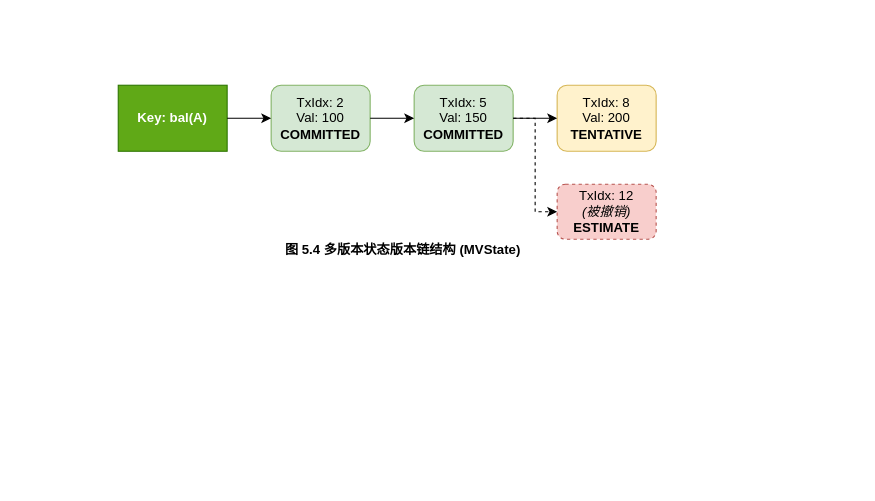
Earlier version of the draw.io diagram page "5.4 MVState结构" (3 of 6) of 4-x.drawio (cynic-1/Graphs). Source tidied: cells renumbered, new cells numbered last; positions are measured from the earlier drawing's top-left corner, leaving out a move shared by most shapes. Both pictures are drawn from the tidied source at 110%, with x=0, y=0 at pixel (118, 85).
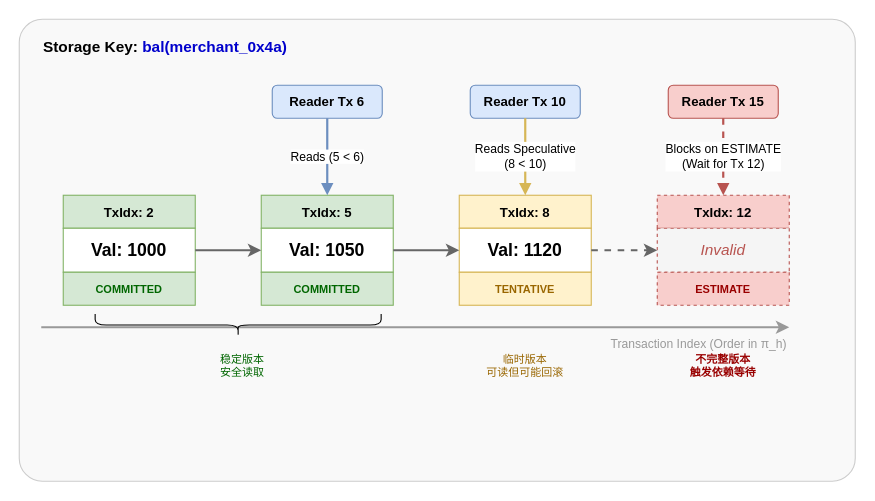
Above is the later version.

Diff of the diagram source:
```diff
@@
-    <mxCell id="2" value="图 5.4 多版本状态版本链结构 (MVState)" style="text;html=1;strokeColor=none;fillColor=none;align=center;verticalAlign=middle;whiteSpace=wrap;rounded=0;fontSize=12;fontStyle=1;" parent="1" vertex="1">
-      <mxGeometry x="19" y="140" width="480" height="20" as="geometry" />
-    </mxCell>
-    <mxCell id="3" value="Key: bal(A)" style="rounded=0;whiteSpace=wrap;html=1;fillColor=#60a917;fontColor=#ffffff;strokeColor=#2D7600;fontStyle=1;" parent="1" vertex="1">
-      <mxGeometry width="99" height="60" as="geometry" />
-    </mxCell>
-    <mxCell id="4" value="TxIdx: 2&lt;br&gt;Val: 100&lt;br&gt;&lt;b&gt;COMMITTED&lt;/b&gt;" style="rounded=1;whiteSpace=wrap;html=1;fillColor=#d5e8d4;strokeColor=#82b366;" parent="1" vertex="1">
-      <mxGeometry x="139" width="90" height="60" as="geometry" />
-    </mxCell>
-    <mxCell id="5" value="TxIdx: 5&lt;br&gt;Val: 150&lt;br&gt;&lt;b&gt;COMMITTED&lt;/b&gt;" style="rounded=1;whiteSpace=wrap;html=1;fillColor=#d5e8d4;strokeColor=#82b366;" parent="1" vertex="1">
-      <mxGeometry x="269" width="90" height="60" as="geometry" />
-    </mxCell>
-    <mxCell id="6" value="TxIdx: 8&lt;br&gt;Val: 200&lt;br&gt;&lt;b&gt;TENTATIVE&lt;/b&gt;" style="rounded=1;whiteSpace=wrap;html=1;fillColor=#fff2cc;strokeColor=#d6b656;" parent="1" vertex="1">
-      <mxGeometry x="399" width="90" height="60" as="geometry" />
-    </mxCell>
-    <mxCell id="7" value="TxIdx: 12&lt;br&gt;&lt;i&gt;(被撤销)&lt;/i&gt;&lt;br&gt;&lt;b&gt;ESTIMATE&lt;/b&gt;" style="rounded=1;whiteSpace=wrap;html=1;fillColor=#f8cecc;strokeColor=#b85450;dashed=1;" parent="1" vertex="1">
-      <mxGeometry x="399" y="90" width="90" height="50" as="geometry" />
-    </mxCell>
-    <mxCell id="8" style="edgeStyle=orthogonalEdgeStyle;rounded=0;jettySize=auto;html=1;" parent="1" edge="1" source="3" target="4">
-      <mxGeometry relative="1" as="geometry" />
-    </mxCell>
-    <mxCell id="9" style="edgeStyle=orthogonalEdgeStyle;rounded=0;jettySize=auto;html=1;" parent="1" edge="1" source="4" target="5">
-      <mxGeometry relative="1" as="geometry" />
-    </mxCell>
-    <mxCell id="10" style="edgeStyle=orthogonalEdgeStyle;rounded=0;jettySize=auto;html=1;" parent="1" edge="1" source="5" target="6">
-      <mxGeometry relative="1" as="geometry" />
-    </mxCell>
-    <mxCell id="11" style="edgeStyle=orthogonalEdgeStyle;rounded=0;jettySize=auto;html=1;dashed=1;entryX=0;entryY=0.5;entryDx=0;entryDy=0;" parent="1" edge="1" source="5" target="7">
-      <mxGeometry relative="1" as="geometry">
-        <Array as="points">
-          <mxPoint x="379" y="30" />
-          <mxPoint x="379" y="115" />
-        </Array>
-      </mxGeometry>
-    </mxCell>
+    <mxCell id="12" style="rounded=1;whiteSpace=wrap;html=1;fillColor=#f9f9f9;strokeColor=#cccccc;arcSize=5;" parent="1" vertex="1">
+      <mxGeometry x="-90" y="-60" width="760" height="420" as="geometry" />
+    </mxCell>
+    <mxCell id="13" value="Storage Key: &lt;font color=&quot;#0000cc&quot;&gt;bal(merchant_0x4a)&lt;/font&gt;" style="text;html=1;strokeColor=none;fillColor=none;align=left;verticalAlign=middle;whiteSpace=wrap;rounded=0;fontSize=14;fontStyle=1;" parent="1" vertex="1">
+      <mxGeometry x="-70" y="-50" width="300" height="30" as="geometry" />
+    </mxCell>
+    <mxCell id="14" style="endArrow=classic;html=1;strokeColor=#999999;strokeWidth=2;" parent="1" edge="1">
+      <mxGeometry relative="1" as="geometry">
+        <mxPoint x="-70" y="220" as="sourcePoint" />
+        <mxPoint x="610" y="220" as="targetPoint" />
+      </mxGeometry>
+    </mxCell>
+    <mxCell id="15" value="Transaction Index (Order in π_h)" style="text;html=1;strokeColor=none;fillColor=none;align=right;verticalAlign=middle;whiteSpace=wrap;rounded=0;fontColor=#999999;fontSize=11;" parent="1" vertex="1">
+      <mxGeometry x="410" y="225" width="200" height="20" as="geometry" />
+    </mxCell>
+    <mxCell id="16" style="group;" parent="1" vertex="1">
+      <mxGeometry x="-50" y="100" width="120" height="100" as="geometry" />
+    </mxCell>
+    <mxCell id="17" value="TxIdx: 2" style="rounded=0;whiteSpace=wrap;html=1;fillColor=#d5e8d4;strokeColor=#82b366;fontStyle=1;align=center;verticalAlign=bottom;spacingBottom=5;" parent="16" vertex="1">
+      <mxGeometry width="120" height="30" as="geometry" />
+    </mxCell>
+    <mxCell id="18" value="Val: 1000" style="rounded=0;whiteSpace=wrap;html=1;fillColor=#ffffff;strokeColor=#82b366;align=center;verticalAlign=middle;fontSize=16;fontStyle=1;" parent="16" vertex="1">
+      <mxGeometry y="30" width="120" height="40" as="geometry" />
+    </mxCell>
+    <mxCell id="19" value="COMMITTED" style="rounded=0;whiteSpace=wrap;html=1;fillColor=#d5e8d4;strokeColor=#82b366;fontStyle=1;fontSize=10;fontColor=#006600;" parent="16" vertex="1">
+      <mxGeometry y="70" width="120" height="30" as="geometry" />
+    </mxCell>
+    <mxCell id="20" style="group;" parent="1" vertex="1">
+      <mxGeometry x="130" y="100" width="120" height="100" as="geometry" />
+    </mxCell>
+    <mxCell id="21" value="TxIdx: 5" style="rounded=0;whiteSpace=wrap;html=1;fillColor=#d5e8d4;strokeColor=#82b366;fontStyle=1;align=center;verticalAlign=bottom;spacingBottom=5;" parent="20" vertex="1">
+      <mxGeometry width="120" height="30" as="geometry" />
+    </mxCell>
+    <mxCell id="22" value="Val: 1050" style="rounded=0;whiteSpace=wrap;html=1;fillColor=#ffffff;strokeColor=#82b366;align=center;verticalAlign=middle;fontSize=16;fontStyle=1;" parent="20" vertex="1">
+      <mxGeometry y="30" width="120" height="40" as="geometry" />
+    </mxCell>
+    <mxCell id="23" value="COMMITTED" style="rounded=0;whiteSpace=wrap;html=1;fillColor=#d5e8d4;strokeColor=#82b366;fontStyle=1;fontSize=10;fontColor=#006600;" parent="20" vertex="1">
+      <mxGeometry y="70" width="120" height="30" as="geometry" />
+    </mxCell>
+    <mxCell id="24" style="group;" parent="1" vertex="1">
+      <mxGeometry x="310" y="100" width="120" height="100" as="geometry" />
+    </mxCell>
+    <mxCell id="25" value="TxIdx: 8" style="rounded=0;whiteSpace=wrap;html=1;fillColor=#fff2cc;strokeColor=#d6b656;fontStyle=1;align=center;verticalAlign=bottom;spacingBottom=5;" parent="24" vertex="1">
+      <mxGeometry width="120" height="30" as="geometry" />
+    </mxCell>
+    <mxCell id="26" value="Val: 1120" style="rounded=0;whiteSpace=wrap;html=1;fillColor=#ffffff;strokeColor=#d6b656;align=center;verticalAlign=middle;fontSize=16;fontStyle=1;" parent="24" vertex="1">
+      <mxGeometry y="30" width="120" height="40" as="geometry" />
+    </mxCell>
+    <mxCell id="27" value="TENTATIVE" style="rounded=0;whiteSpace=wrap;html=1;fillColor=#fff2cc;strokeColor=#d6b656;fontStyle=1;fontSize=10;fontColor=#996600;" parent="24" vertex="1">
+      <mxGeometry y="70" width="120" height="30" as="geometry" />
+    </mxCell>
+    <mxCell id="28" style="group;" parent="1" vertex="1">
+      <mxGeometry x="490" y="100" width="120" height="100" as="geometry" />
+    </mxCell>
+    <mxCell id="29" value="TxIdx: 12" style="rounded=0;whiteSpace=wrap;html=1;fillColor=#f8cecc;strokeColor=#b85450;fontStyle=1;align=center;verticalAlign=bottom;spacingBottom=5;dashed=1;" parent="28" vertex="1">
+      <mxGeometry width="120" height="30" as="geometry" />
+    </mxCell>
+    <mxCell id="30" value="&lt;i&gt;Invalid&lt;/i&gt;" style="rounded=0;whiteSpace=wrap;html=1;fillColor=#f5f5f5;strokeColor=#b85450;align=center;verticalAlign=middle;fontSize=14;fontColor=#b85450;dashed=1;" parent="28" vertex="1">
+      <mxGeometry y="30" width="120" height="40" as="geometry" />
+    </mxCell>
+    <mxCell id="31" value="ESTIMATE" style="rounded=0;whiteSpace=wrap;html=1;fillColor=#f8cecc;strokeColor=#b85450;fontStyle=1;fontSize=10;fontColor=#990000;dashed=1;" parent="28" vertex="1">
+      <mxGeometry y="70" width="120" height="30" as="geometry" />
+    </mxCell>
+    <mxCell id="32" style="edgeStyle=orthogonalEdgeStyle;rounded=0;jettySize=auto;html=1;strokeWidth=2;strokeColor=#666666;" parent="1" edge="1" source="18" target="22">
+      <mxGeometry relative="1" as="geometry" />
+    </mxCell>
+    <mxCell id="33" style="edgeStyle=orthogonalEdgeStyle;rounded=0;jettySize=auto;html=1;strokeWidth=2;strokeColor=#666666;" parent="1" edge="1" source="22" target="26">
+      <mxGeometry relative="1" as="geometry" />
+    </mxCell>
+    <mxCell id="34" style="edgeStyle=orthogonalEdgeStyle;rounded=0;jettySize=auto;html=1;strokeWidth=2;strokeColor=#666666;dashed=1;" parent="1" edge="1" source="26" target="30">
+      <mxGeometry relative="1" as="geometry" />
+    </mxCell>
+    <mxCell id="35" value="Reader Tx 6" style="rounded=1;whiteSpace=wrap;html=1;fillColor=#dae8fc;strokeColor=#6c8ebf;fontStyle=1;" parent="1" vertex="1">
+      <mxGeometry x="140" width="100" height="30" as="geometry" />
+    </mxCell>
+    <mxCell id="36" value="Reads (5 &lt; 6)" style="edgeStyle=orthogonalEdgeStyle;html=1;endArrow=block;rounded=0;entryX=0.5;entryY=0;entryDx=0;entryDy=0;strokeColor=#6c8ebf;strokeWidth=2;" parent="1" edge="1" source="35" target="21">
+      <mxGeometry relative="1" as="geometry" />
+    </mxCell>
+    <mxCell id="37" value="Reader Tx 10" style="rounded=1;whiteSpace=wrap;html=1;fillColor=#dae8fc;strokeColor=#6c8ebf;fontStyle=1;" parent="1" vertex="1">
+      <mxGeometry x="320" width="100" height="30" as="geometry" />
+    </mxCell>
+    <mxCell id="38" value="Reads Speculative&lt;br&gt;(8 &lt; 10)" style="edgeStyle=orthogonalEdgeStyle;html=1;endArrow=block;rounded=0;entryX=0.5;entryY=0;entryDx=0;entryDy=0;strokeColor=#d6b656;strokeWidth=2;" parent="1" edge="1" source="37" target="25">
+      <mxGeometry relative="1" as="geometry" />
+    </mxCell>
+    <mxCell id="39" value="Reader Tx 15" style="rounded=1;whiteSpace=wrap;html=1;fillColor=#f8cecc;strokeColor=#b85450;fontStyle=1;" parent="1" vertex="1">
+      <mxGeometry x="500" width="100" height="30" as="geometry" />
+    </mxCell>
+    <mxCell id="40" value="Blocks on ESTIMATE&lt;br&gt;(Wait for Tx 12)" style="edgeStyle=orthogonalEdgeStyle;html=1;endArrow=block;rounded=0;entryX=0.5;entryY=0;entryDx=0;entryDy=0;strokeColor=#b85450;strokeWidth=2;dashed=1;" parent="1" edge="1" source="39" target="29">
+      <mxGeometry relative="1" as="geometry" />
+    </mxCell>
+    <mxCell id="41" value="稳定版本&lt;br&gt;安全读取" style="text;html=1;strokeColor=none;fillColor=none;align=center;verticalAlign=middle;whiteSpace=wrap;rounded=0;fontSize=10;fontColor=#006600;" parent="1" vertex="1">
+      <mxGeometry x="68" y="240" width="90" height="30" as="geometry" />
+    </mxCell>
+    <mxCell id="42" value="临时版本&lt;br&gt;可读但可能回滚" style="text;html=1;strokeColor=none;fillColor=none;align=center;verticalAlign=middle;whiteSpace=wrap;rounded=0;fontSize=10;fontColor=#996600;" parent="1" vertex="1">
+      <mxGeometry x="325" y="240" width="90" height="30" as="geometry" />
+    </mxCell>
+    <mxCell id="43" value="不完整版本&lt;br&gt;触发依赖等待" style="text;html=1;strokeColor=none;fillColor=none;align=center;verticalAlign=middle;whiteSpace=wrap;rounded=0;fontSize=10;fontColor=#990000;fontStyle=1;" parent="1" vertex="1">
+      <mxGeometry x="505" y="240" width="90" height="30" as="geometry" />
+    </mxCell>
+    <mxCell id="44" style="shape=curlyBracket;whiteSpace=wrap;html=1;rounded=1;labelPosition=left;verticalLabelPosition=middle;align=right;verticalAlign=middle;rotation=-90;size=0.5;" parent="1" vertex="1">
+      <mxGeometry x="99" y="88" width="20" height="260" as="geometry" />
+    </mxCell>
```
